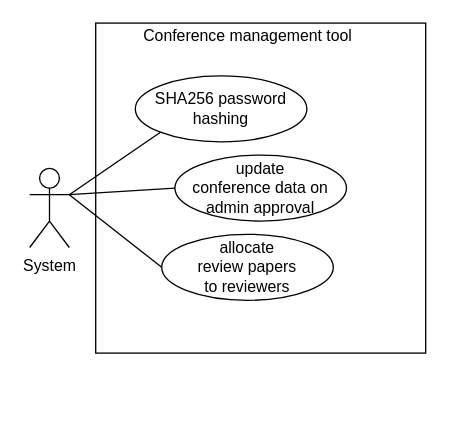
Before: page "System" (5 of 5) of diagrams/UseCase.drawio in matthew-sliit/conferencemgtool, a draw.io diagram. Source tidied: cells renumbered, new cells numbered last; positions are measured from the earlier drawing's top-left corner, leaving out a move shared by most shapes. Both pictures are drawn from the tidied source at 132%, with x=0, y=0 at pixel (29, 22).
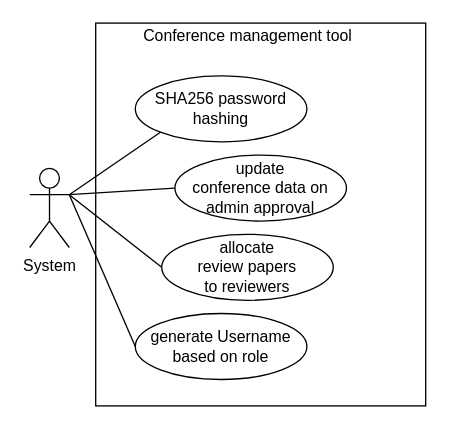
Above is the later version.

What changed in the source:
```diff
@@
 <mxGraphModel>
   <root>
     <mxCell id="0" />
     <mxCell id="1" parent="0" />
     <mxCell id="2" value="System" style="shape=umlActor;verticalLabelPosition=bottom;verticalAlign=top;html=1;outlineConnect=0;" parent="1" vertex="1">
       <mxGeometry y="110" width="30" height="60" as="geometry" />
     </mxCell>
     <mxCell id="3" style="rounded=0;whiteSpace=wrap;html=1;" parent="1" vertex="1">
-      <mxGeometry x="50" width="250" height="250" as="geometry" />
+      <mxGeometry x="50" width="250" height="290" as="geometry" />
     </mxCell>
     <mxCell id="4" value="SHA256 password&lt;br&gt;hashing" style="ellipse;whiteSpace=wrap;html=1;" parent="1" vertex="1">
       <mxGeometry x="80" y="40" width="130" height="50" as="geometry" />
     </mxCell>
     <mxCell id="5" style="endArrow=none;html=1;entryX=0;entryY=1;entryDx=0;entryDy=0;exitX=1;exitY=0.3333333333333333;exitDx=0;exitDy=0;exitPerimeter=0;" parent="1" edge="1" source="2" target="4">
       <mxGeometry relative="1" as="geometry" />
     </mxCell>
     <mxCell id="6" value="update &lt;br&gt;conference data on admin approval" style="ellipse;whiteSpace=wrap;html=1;" parent="1" vertex="1">
       <mxGeometry x="110" y="100" width="130" height="50" as="geometry" />
     </mxCell>
     <mxCell id="7" style="endArrow=none;html=1;entryX=0;entryY=0.5;entryDx=0;entryDy=0;exitX=1;exitY=0.3333333333333333;exitDx=0;exitDy=0;exitPerimeter=0;" parent="1" edge="1" source="2" target="6">
       <mxGeometry relative="1" as="geometry" />
     </mxCell>
     <mxCell id="8" style="endArrow=none;html=1;entryX=0;entryY=0.5;entryDx=0;entryDy=0;exitX=1;exitY=0.3333333333333333;exitDx=0;exitDy=0;exitPerimeter=0;" parent="1" edge="1" source="2" target="9">
       <mxGeometry relative="1" as="geometry" />
     </mxCell>
     <mxCell id="9" value="allocate &lt;br&gt;review papers&lt;br&gt;to reviewers" style="ellipse;whiteSpace=wrap;html=1;" parent="1" vertex="1">
       <mxGeometry x="100" y="160" width="130" height="50" as="geometry" />
     </mxCell>
     <mxCell id="10" value="Conference management tool" style="text;html=1;align=center;verticalAlign=middle;strokeColor=none;" parent="1" vertex="1">
       <mxGeometry x="80" width="170" height="20" as="geometry" />
     </mxCell>
+    <mxCell id="11" value="generate Username&lt;br&gt;based on role" style="ellipse;whiteSpace=wrap;html=1;" parent="1" vertex="1">
+      <mxGeometry x="80" y="220" width="130" height="50" as="geometry" />
+    </mxCell>
+    <mxCell id="12" style="endArrow=none;html=1;entryX=0;entryY=0.5;entryDx=0;entryDy=0;exitX=1;exitY=0.3333333333333333;exitDx=0;exitDy=0;exitPerimeter=0;" parent="1" edge="1" source="2" target="11">
+      <mxGeometry relative="1" as="geometry" />
+    </mxCell>
   </root>
 </mxGraphModel>
```
